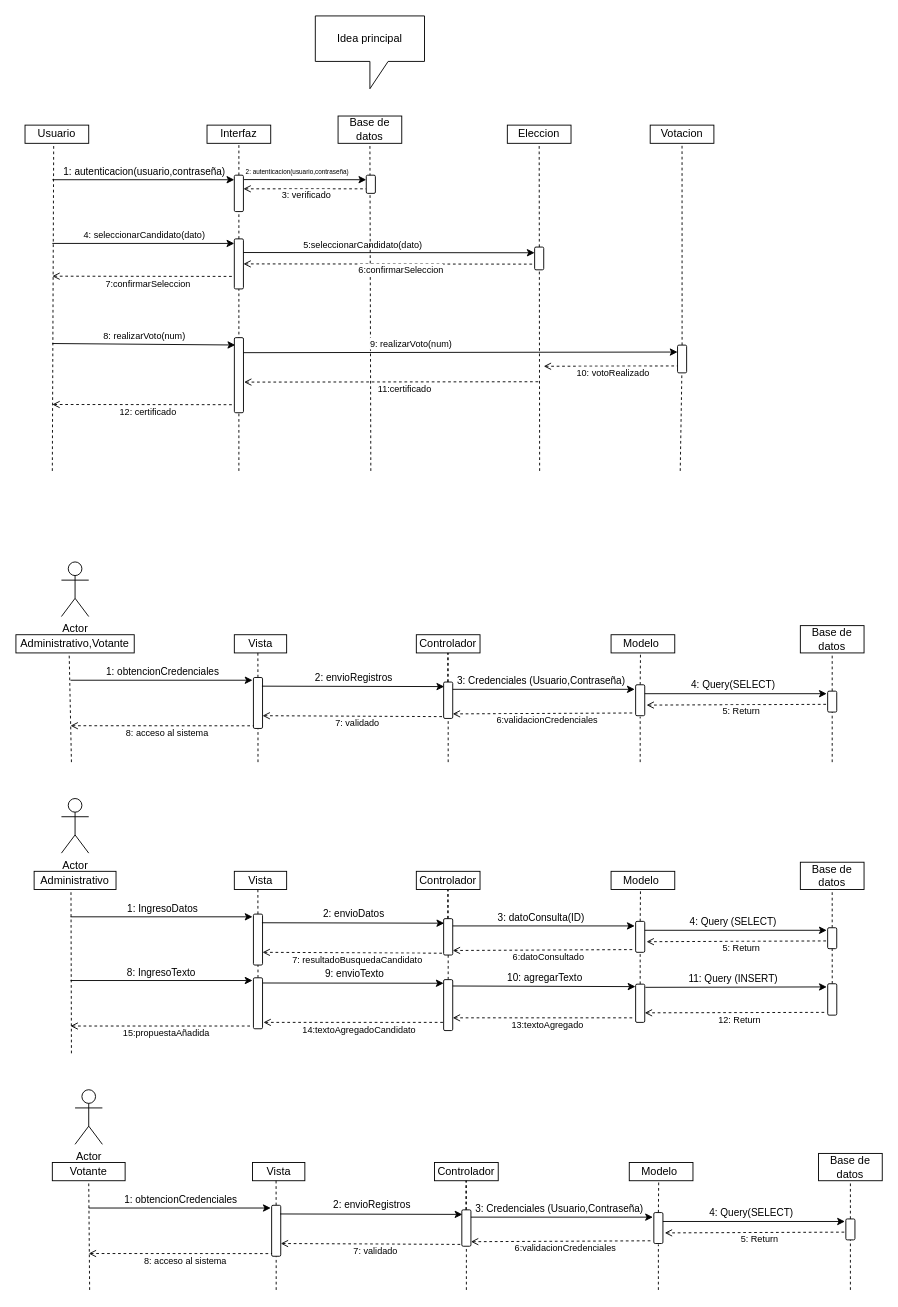
Andres-Nicolas/Diagramas keeps this draw.io diagram as DiagraSecue.drawio. Above is the earlier version. Source tidied: cells renumbered, new cells numbered last; positions are measured from the earlier drawing's top-left corner, leaving out a move shared by most shapes. Both pictures are drawn from the tidied source at 91%, with x=0, y=0 at pixel (15, 15).
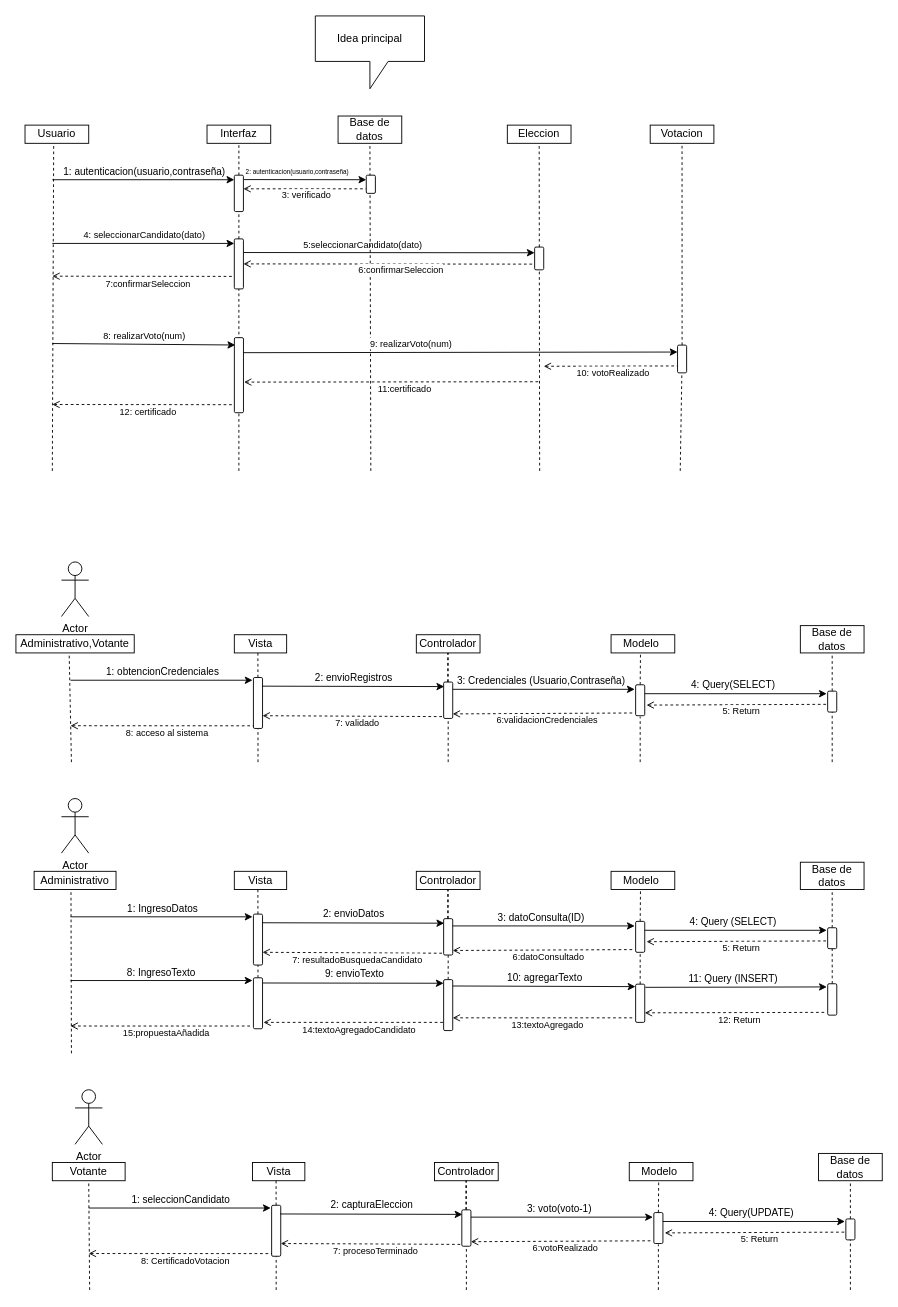
The same diagram, later.

The change refers to these unchanged cells:
```xml
<mxCell id="141" style="endArrow=classic;html=1;rounded=0;" parent="1" edge="1">
  <mxGeometry relative="1" as="geometry">
    <mxPoint x="80" y="1310" as="sourcePoint" />
    <mxPoint x="280" y="1310" as="targetPoint" />
  </mxGeometry>
</mxCell>
<mxCell id="147" style="endArrow=classic;html=1;rounded=0;entryX=0.125;entryY=0.933;entryDx=0;entryDy=0;entryPerimeter=0;exitX=0.17;exitY=0.067;exitDx=0;exitDy=0;exitPerimeter=0;" parent="1" edge="1" source="144" target="150">
  <mxGeometry relative="1" as="geometry" />
</mxCell>
<mxCell id="151" style="endArrow=none;dashed=1;html=1;rounded=0;startArrow=open;startFill=0;exitX=0.75;exitY=0;exitDx=0;exitDy=0;" parent="1" edge="1" source="144">
  <mxGeometry relative="1" as="geometry">
    <mxPoint x="490" y="1350" as="targetPoint" />
  </mxGeometry>
</mxCell>
<mxCell id="158" style="endArrow=classic;html=1;rounded=0;" parent="1" edge="1">
  <mxGeometry relative="1" as="geometry">
    <mxPoint x="500" y="1320" as="sourcePoint" />
    <mxPoint x="700" y="1320" as="targetPoint" />
  </mxGeometry>
</mxCell>
<mxCell id="161" style="endArrow=classic;html=1;rounded=0;" parent="1" edge="1">
  <mxGeometry relative="1" as="geometry">
    <mxPoint x="711" y="1324.8" as="sourcePoint" />
    <mxPoint x="911" y="1324.8" as="targetPoint" />
  </mxGeometry>
</mxCell>
<mxCell id="166" style="endArrow=none;dashed=1;html=1;rounded=0;startArrow=open;startFill=0;exitX=0.657;exitY=-0.2;exitDx=0;exitDy=0;exitPerimeter=0;" parent="1" edge="1">
  <mxGeometry relative="1" as="geometry">
    <mxPoint x="500" y="1347" as="sourcePoint" />
    <mxPoint x="700" y="1346" as="targetPoint" />
  </mxGeometry>
</mxCell>
<mxCell id="168" style="endArrow=none;dashed=1;html=1;rounded=0;startArrow=open;startFill=0;entryX=0.948;entryY=0.956;entryDx=0;entryDy=0;entryPerimeter=0;" parent="1" edge="1" target="144">
  <mxGeometry relative="1" as="geometry">
    <mxPoint x="80" y="1360" as="sourcePoint" />
  </mxGeometry>
</mxCell>
```

The edit, as a diff of the source:
```diff
@@
-    <mxCell id="142" value="1: obtencionCredenciales" style="edgeLabel;html=1;align=center;verticalAlign=middle;" parent="141" vertex="1">
+    <mxCell id="142" value="1: seleccionCandidato" style="edgeLabel;html=1;align=center;verticalAlign=middle;" parent="141" vertex="1">
       <mxGeometry x="-0.4" y="1" relative="1" as="geometry">
         <mxPoint x="40" y="-9" as="offset" />
       </mxGeometry>
     </mxCell>
@@
-    <mxCell id="148" value="2: envioRegistros" style="edgeLabel;html=1;align=center;verticalAlign=middle;" parent="147" vertex="1">
+    <mxCell id="148" value="2: capturaEleccion" style="edgeLabel;html=1;align=center;verticalAlign=middle;" parent="147" vertex="1">
       <mxGeometry x="-0.4" y="1" relative="1" as="geometry">
         <mxPoint x="40" y="-9" as="offset" />
       </mxGeometry>
     </mxCell>
@@
-    <mxCell id="152" value="&lt;font style=&quot;font-size: 10px;&quot;&gt;7: validado&lt;/font&gt;" style="edgeLabel;html=1;align=center;verticalAlign=middle;" parent="151" vertex="1">
+    <mxCell id="152" value="&lt;font style=&quot;font-size: 10px;&quot;&gt;7: procesoTerminado&lt;/font&gt;" style="edgeLabel;html=1;align=center;verticalAlign=middle;" parent="151" vertex="1">
       <mxGeometry x="0.14" y="-3" relative="1" as="geometry">
         <mxPoint x="-9" y="4" as="offset" />
       </mxGeometry>
     </mxCell>
@@
-    <mxCell id="159" value="3: Credenciales (Usuario,Contraseña)" style="edgeLabel;html=1;align=center;verticalAlign=middle;" parent="158" vertex="1">
+    <mxCell id="159" value="3: voto(voto-1)" style="edgeLabel;html=1;align=center;verticalAlign=middle;" parent="158" vertex="1">
       <mxGeometry x="-0.4" y="1" relative="1" as="geometry">
         <mxPoint x="36" y="-9" as="offset" />
       </mxGeometry>
     </mxCell>
@@
-    <mxCell id="162" value="4: Query(SELECT)" style="edgeLabel;html=1;align=center;verticalAlign=middle;" parent="161" vertex="1">
+    <mxCell id="162" value="4: Query(UPDATE)" style="edgeLabel;html=1;align=center;verticalAlign=middle;" parent="161" vertex="1">
       <mxGeometry x="-0.4" y="1" relative="1" as="geometry">
         <mxPoint x="36" y="-9" as="offset" />
       </mxGeometry>
     </mxCell>
@@
-    <mxCell id="167" value="&lt;font style=&quot;font-size: 10px;&quot;&gt;6:validacionCredenciales&amp;nbsp;&lt;/font&gt;" style="edgeLabel;html=1;align=center;verticalAlign=middle;" parent="166" vertex="1">
+    <mxCell id="167" value="&lt;font style=&quot;font-size: 10px;&quot;&gt;6:votoRealizado&amp;nbsp;&lt;/font&gt;" style="edgeLabel;html=1;align=center;verticalAlign=middle;" parent="166" vertex="1">
       <mxGeometry x="0.14" y="-2" relative="1" as="geometry">
         <mxPoint x="-10" y="5" as="offset" />
       </mxGeometry>
     </mxCell>
@@
-    <mxCell id="169" value="&lt;font style=&quot;font-size: 10px;&quot;&gt;8: acceso al sistema&lt;/font&gt;" style="edgeLabel;html=1;align=center;verticalAlign=middle;" parent="168" vertex="1">
+    <mxCell id="169" value="&lt;font style=&quot;font-size: 10px;&quot;&gt;8: CertificadoVotacion&lt;/font&gt;" style="edgeLabel;html=1;align=center;verticalAlign=middle;" parent="168" vertex="1">
       <mxGeometry x="0.14" y="-3" relative="1" as="geometry">
         <mxPoint x="-9" y="4" as="offset" />
       </mxGeometry>
     </mxCell>
```
